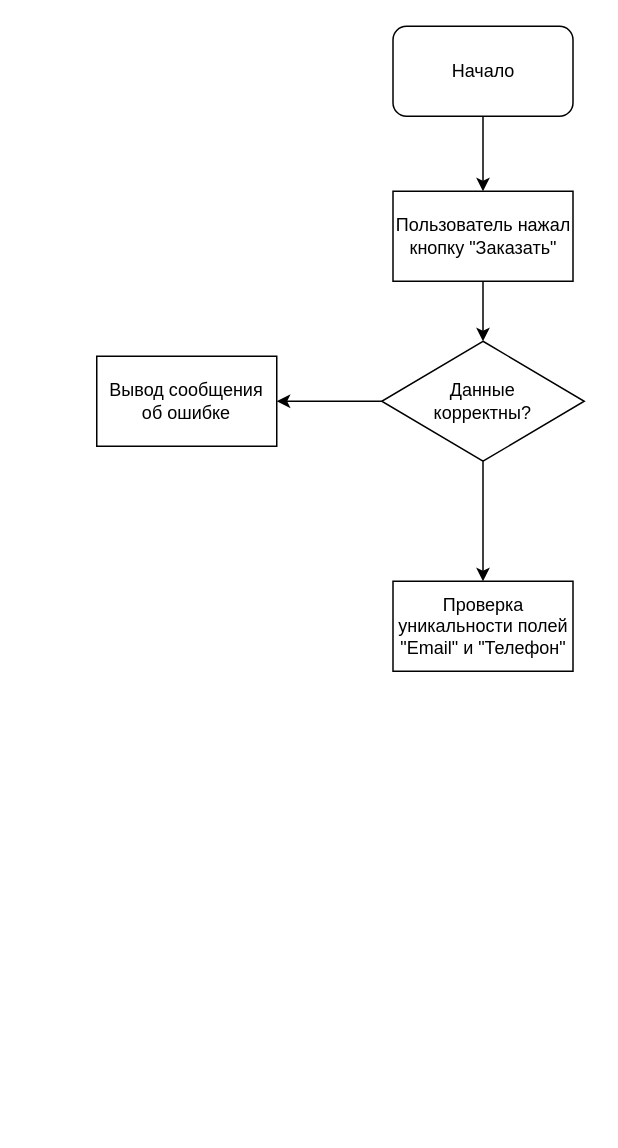
Before: Блок-схема для Яндекс.Самоката.drawio in glebchuck/js_test, a draw.io diagram. Source tidied: cells renumbered, new cells numbered last; positions are measured from the earlier drawing's top-left corner, leaving out a move shared by most shapes. Both pictures are drawn from the tidied source at 150%, with x=0, y=0 at pixel (96, 26).
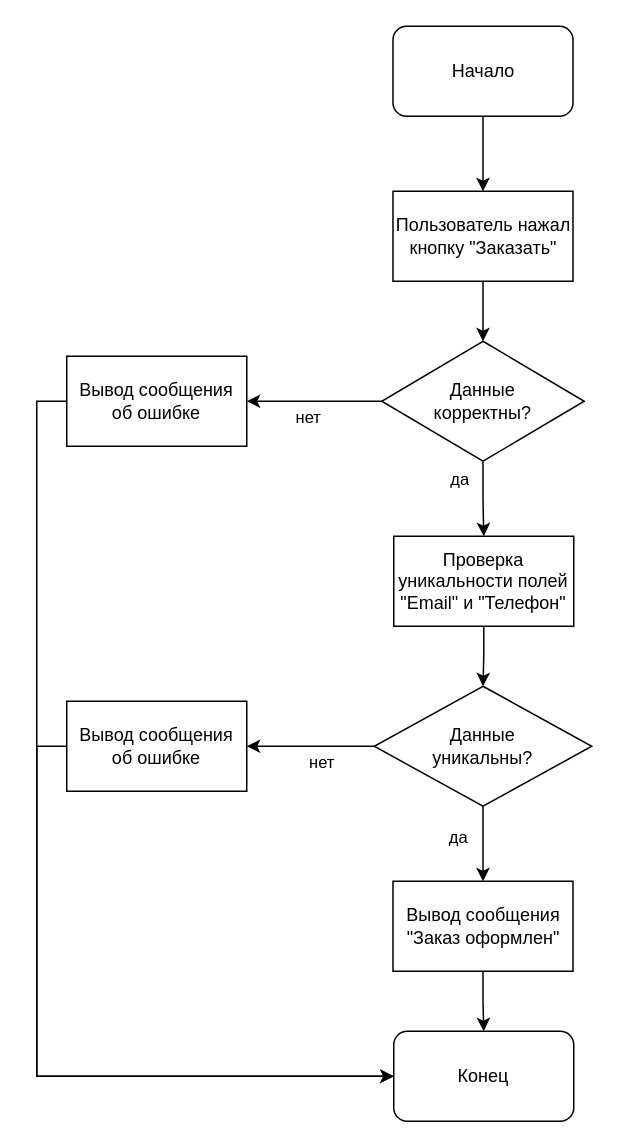
After the change.

The change refers to these unchanged cells:
```xml
<mxCell id="7" style="edgeStyle=orthogonalEdgeStyle;rounded=0;jettySize=auto;html=1;exitX=0.5;exitY=1;exitDx=0;exitDy=0;entryX=0.5;entryY=0;entryDx=0;entryDy=0;" parent="1" edge="1" source="8" target="10">
  <mxGeometry relative="1" as="geometry" />
</mxCell>
<mxCell id="8" value="Данные &lt;br&gt;корректны?" style="rhombus;whiteSpace=wrap;html=1;" parent="1" vertex="1">
  <mxGeometry x="190" y="210" width="135" height="80" as="geometry" />
</mxCell>
```

The edit, as a diff of the source:
```diff
@@
     <mxCell id="6" style="edgeStyle=orthogonalEdgeStyle;rounded=0;jettySize=auto;html=1;exitX=0;exitY=0.5;exitDx=0;exitDy=0;entryX=1;entryY=0.5;entryDx=0;entryDy=0;" parent="1" edge="1" source="8" target="9">
-      <mxGeometry relative="1" as="geometry" />
+      <mxGeometry relative="1" as="geometry">
+        <Array as="points">
+          <mxPoint x="130" y="250" />
+          <mxPoint x="130" y="250" />
+        </Array>
+      </mxGeometry>
     </mxCell>
+    <mxCell id="11" value="нет" style="edgeLabel;html=1;align=center;verticalAlign=middle;" parent="6" vertex="1">
+      <mxGeometry x="0.88" y="2" relative="1" as="geometry">
+        <mxPoint x="35" y="8" as="offset" />
+      </mxGeometry>
+    </mxCell>
@@
+    <mxCell id="12" value="да" style="edgeLabel;html=1;align=center;verticalAlign=middle;" parent="7" vertex="1">
+      <mxGeometry x="0.87" relative="1" as="geometry">
+        <mxPoint x="-17" y="-35" as="offset" />
+      </mxGeometry>
+    </mxCell>
@@
+    <mxCell id="13" style="edgeStyle=orthogonalEdgeStyle;rounded=0;jettySize=auto;html=1;exitX=0;exitY=0.5;exitDx=0;exitDy=0;entryX=0;entryY=0.5;entryDx=0;entryDy=0;" parent="1" edge="1" source="9" target="22">
+      <mxGeometry relative="1" as="geometry" />
+    </mxCell>
     <mxCell id="9" value="Вывод сообщения об ошибке" style="rounded=0;whiteSpace=wrap;html=1;" parent="1" vertex="1">
-      <mxGeometry y="220" width="120" height="60" as="geometry" />
+      <mxGeometry x="-20" y="220" width="120" height="60" as="geometry" />
     </mxCell>
+    <mxCell id="14" style="edgeStyle=orthogonalEdgeStyle;rounded=0;jettySize=auto;html=1;exitX=0.5;exitY=1;exitDx=0;exitDy=0;entryX=0.5;entryY=0;entryDx=0;entryDy=0;" parent="1" edge="1" source="10" target="19">
+      <mxGeometry relative="1" as="geometry" />
+    </mxCell>
     <mxCell id="10" value="Проверка уникальности полей &quot;Email&quot; и &quot;Телефон&quot;" style="rounded=0;whiteSpace=wrap;html=1;" parent="1" vertex="1">
-      <mxGeometry x="197.5" y="370" width="120" height="60" as="geometry" />
+      <mxGeometry x="198" y="340" width="120" height="60" as="geometry" />
     </mxCell>
+    <mxCell id="15" style="edgeStyle=orthogonalEdgeStyle;rounded=0;jettySize=auto;html=1;" parent="1" edge="1" source="19" target="24">
+      <mxGeometry relative="1" as="geometry" />
+    </mxCell>
+    <mxCell id="16" value="нет" style="edgeLabel;html=1;align=center;verticalAlign=middle;" parent="15" vertex="1">
+      <mxGeometry x="0.85" y="3" relative="1" as="geometry">
+        <mxPoint x="43" y="7" as="offset" />
+      </mxGeometry>
+    </mxCell>
+    <mxCell id="17" style="edgeStyle=orthogonalEdgeStyle;rounded=0;jettySize=auto;html=1;" parent="1" edge="1" source="19" target="21">
+      <mxGeometry relative="1" as="geometry" />
+    </mxCell>
+    <mxCell id="18" value="да" style="edgeLabel;html=1;align=center;verticalAlign=middle;" parent="17" vertex="1">
+      <mxGeometry x="0.75" y="2" relative="1" as="geometry">
+        <mxPoint x="-19" y="-24" as="offset" />
+      </mxGeometry>
+    </mxCell>
+    <mxCell id="19" value="Данные&lt;br&gt;уникальны?" style="rhombus;whiteSpace=wrap;html=1;" parent="1" vertex="1">
+      <mxGeometry x="185" y="440" width="145" height="80" as="geometry" />
+    </mxCell>
+    <mxCell id="20" style="edgeStyle=orthogonalEdgeStyle;rounded=0;jettySize=auto;html=1;" parent="1" edge="1" source="21" target="22">
+      <mxGeometry relative="1" as="geometry" />
+    </mxCell>
+    <mxCell id="21" value="Вывод сообщения &quot;Заказ оформлен&quot;" style="rounded=0;whiteSpace=wrap;html=1;" parent="1" vertex="1">
+      <mxGeometry x="197.5" y="570" width="120" height="60" as="geometry" />
+    </mxCell>
+    <mxCell id="22" value="Конец" style="rounded=1;whiteSpace=wrap;html=1;" parent="1" vertex="1">
+      <mxGeometry x="198" y="670" width="120" height="60" as="geometry" />
+    </mxCell>
+    <mxCell id="23" style="edgeStyle=orthogonalEdgeStyle;rounded=0;jettySize=auto;html=1;exitX=0;exitY=0.5;exitDx=0;exitDy=0;entryX=0;entryY=0.5;entryDx=0;entryDy=0;" parent="1" edge="1" source="24" target="22">
+      <mxGeometry relative="1" as="geometry" />
+    </mxCell>
+    <mxCell id="24" value="Вывод сообщения об ошибке" style="rounded=0;whiteSpace=wrap;html=1;" parent="1" vertex="1">
+      <mxGeometry x="-20" y="450" width="120" height="60" as="geometry" />
+    </mxCell>
```
